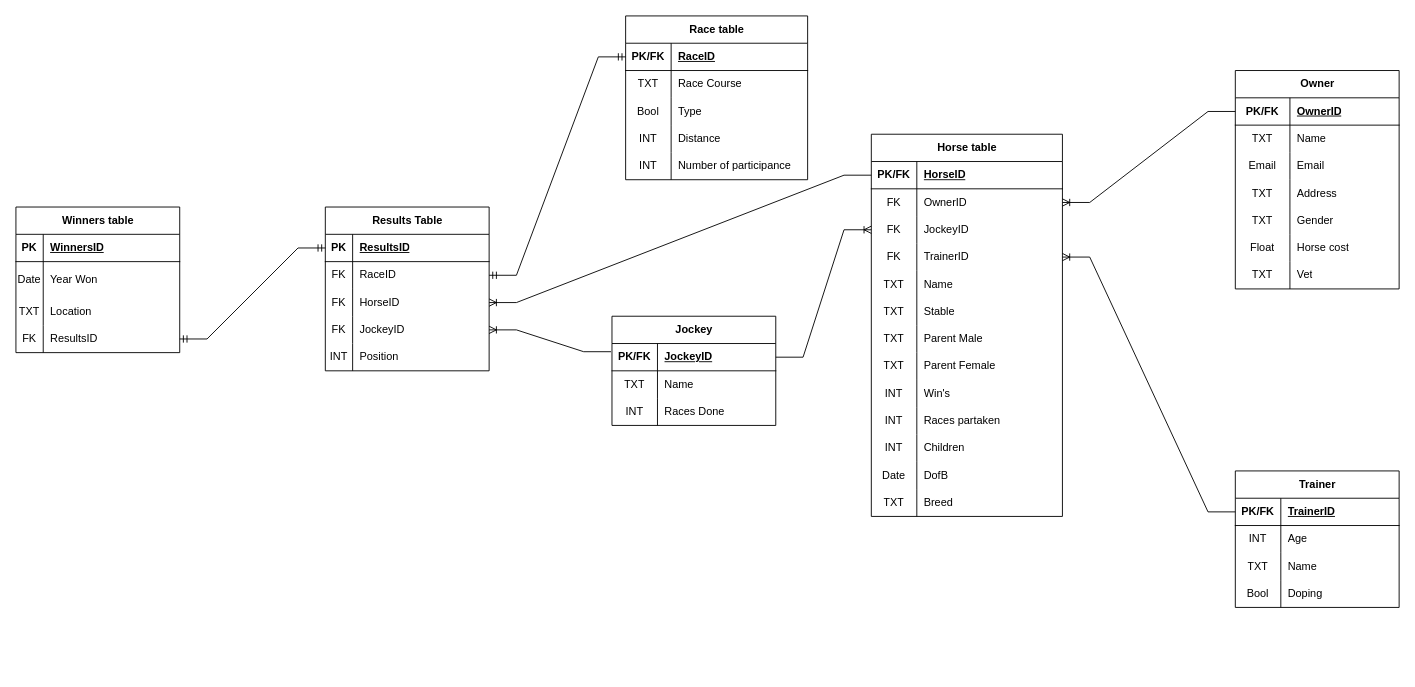
The draw.io diagram Untitled Diagram.drawio in MRVN11/Database-ER-diagram, before the edit. Source tidied: cells renumbered, new cells numbered last; positions are measured from the earlier drawing's top-left corner, leaving out a move shared by most shapes. Both pictures are drawn from the tidied source at 91%, with x=0, y=0 at pixel (15, 15).
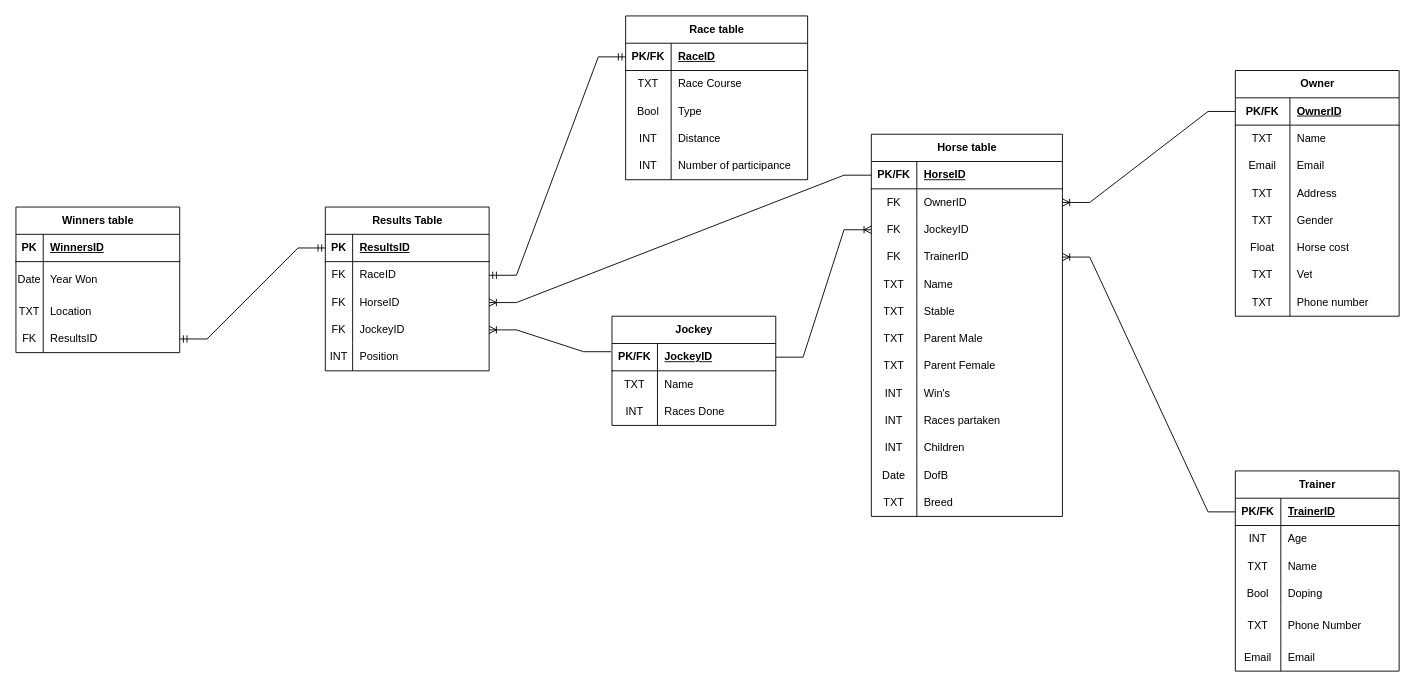
After the change.

What changed in the source:
```diff
@@
     <mxCell id="52" value="Owner" style="shape=table;startSize=30;childLayout=tableLayout;rowLines=0;fontStyle=1;align=center;html=1;" parent="1" vertex="1">
-      <mxGeometry x="1340" y="60" width="180" height="240" as="geometry" />
+      <mxGeometry x="1340" y="60" width="180" height="270" as="geometry" />
     </mxCell>
@@
+    <mxCell id="139" style="shape=tableRow;horizontal=0;startSize=0;swimlaneHead=0;swimlaneBody=0;fillColor=none;top=0;left=0;right=0;bottom=0;" parent="52" vertex="1">
+      <mxGeometry y="240" width="180" height="30" as="geometry" />
+    </mxCell>
+    <mxCell id="140" value="TXT" style="shape=partialRectangle;fillColor=none;top=0;left=0;bottom=0;right=0;overflow=hidden;whiteSpace=wrap;html=1;" parent="139" vertex="1">
+      <mxGeometry width="60" height="30" as="geometry" />
+    </mxCell>
+    <mxCell id="141" value="Phone number" style="shape=partialRectangle;fillColor=none;top=0;left=0;bottom=0;right=0;align=left;spacingLeft=6;overflow=hidden;whiteSpace=wrap;html=1;" parent="139" vertex="1">
+      <mxGeometry x="60" width="120" height="30" as="geometry" />
+    </mxCell>
@@
     <mxCell id="90" value="Trainer" style="shape=table;startSize=30;childLayout=tableLayout;rowLines=0;fontStyle=1;align=center;html=1;" parent="1" vertex="1">
-      <mxGeometry x="1340" y="500" width="180" height="150" as="geometry" />
+      <mxGeometry x="1340" y="500" width="180" height="220" as="geometry" />
     </mxCell>
@@
+    <mxCell id="142" style="shape=tableRow;horizontal=0;startSize=0;swimlaneHead=0;swimlaneBody=0;fillColor=none;top=0;left=0;right=0;bottom=0;" parent="90" vertex="1">
+      <mxGeometry y="150" width="180" height="40" as="geometry" />
+    </mxCell>
+    <mxCell id="143" value="TXT" style="shape=partialRectangle;fillColor=none;top=0;left=0;bottom=0;right=0;overflow=hidden;whiteSpace=wrap;html=1;" parent="142" vertex="1">
+      <mxGeometry width="50" height="40" as="geometry" />
+    </mxCell>
+    <mxCell id="144" value="Phone Number" style="shape=partialRectangle;fillColor=none;top=0;left=0;bottom=0;right=0;align=left;spacingLeft=6;overflow=hidden;whiteSpace=wrap;html=1;" parent="142" vertex="1">
+      <mxGeometry x="50" width="130" height="40" as="geometry" />
+    </mxCell>
+    <mxCell id="145" style="shape=tableRow;horizontal=0;startSize=0;swimlaneHead=0;swimlaneBody=0;fillColor=none;top=0;left=0;right=0;bottom=0;" parent="90" vertex="1">
+      <mxGeometry y="190" width="180" height="30" as="geometry" />
+    </mxCell>
+    <mxCell id="146" value="Email" style="shape=partialRectangle;fillColor=none;top=0;left=0;bottom=0;right=0;overflow=hidden;whiteSpace=wrap;html=1;" parent="145" vertex="1">
+      <mxGeometry width="50" height="30" as="geometry" />
+    </mxCell>
+    <mxCell id="147" value="Email" style="shape=partialRectangle;fillColor=none;top=0;left=0;bottom=0;right=0;align=left;spacingLeft=6;overflow=hidden;whiteSpace=wrap;html=1;" parent="145" vertex="1">
+      <mxGeometry x="50" width="130" height="30" as="geometry" />
+    </mxCell>
```
